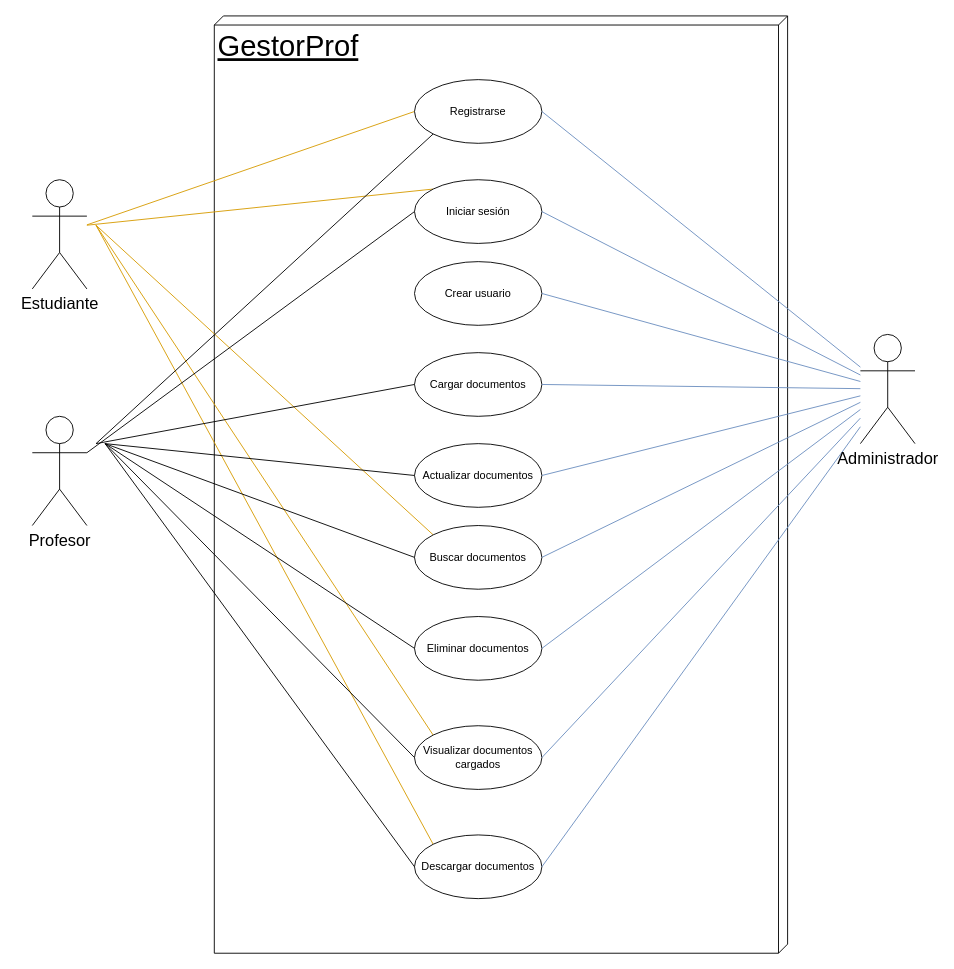
pcaceres06/MisionTic2022_UTPCiclo4_GestorProf keeps this draw.io diagram as Entregables/Sprint 0/Casos de uso/Casos de uso.drawio. Above is the earlier version. Source tidied: cells renumbered, new cells numbered last; positions are measured from the earlier drawing's top-left corner, leaving out a move shared by most shapes. Both pictures are drawn from the tidied source at 91%, with x=0, y=0 at pixel (32, 15).
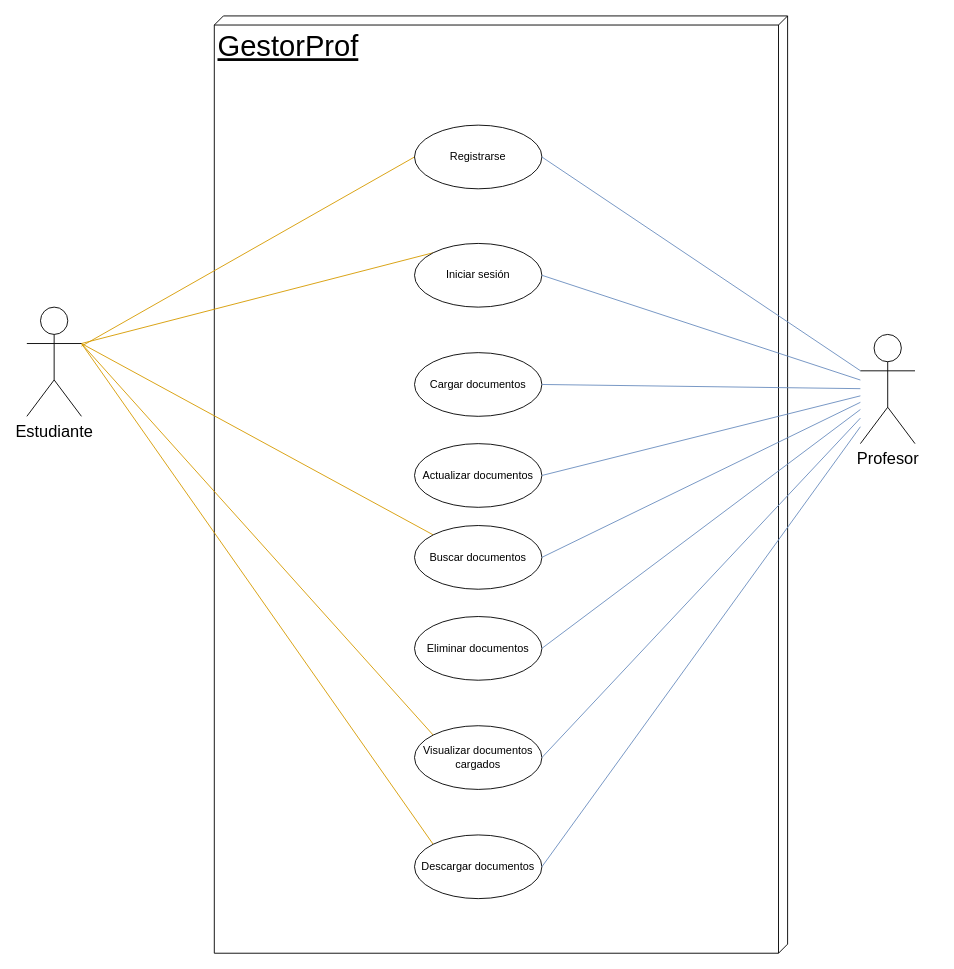
After the change.

Unchanged cells that the change refers to:
```xml
<mxCell id="11" value="Cargar documentos" style="ellipse;whiteSpace=wrap;html=1;" parent="1" vertex="1">
  <mxGeometry x="420" y="370" width="140" height="70" as="geometry" />
</mxCell>
<mxCell id="12" value="Visualizar documentos cargados" style="ellipse;whiteSpace=wrap;html=1;" parent="1" vertex="1">
  <mxGeometry x="420" y="780" width="140" height="70" as="geometry" />
</mxCell>
<mxCell id="13" value="Buscar documentos" style="ellipse;whiteSpace=wrap;html=1;" parent="1" vertex="1">
  <mxGeometry x="420" y="560" width="140" height="70" as="geometry" />
</mxCell>
<mxCell id="14" value="Actualizar documentos" style="ellipse;whiteSpace=wrap;html=1;" parent="1" vertex="1">
  <mxGeometry x="420" y="470" width="140" height="70" as="geometry" />
</mxCell>
<mxCell id="15" value="Eliminar documentos" style="ellipse;whiteSpace=wrap;html=1;" parent="1" vertex="1">
  <mxGeometry x="420" y="660" width="140" height="70" as="geometry" />
</mxCell>
<mxCell id="17" value="Descargar documentos" style="ellipse;whiteSpace=wrap;html=1;" parent="1" vertex="1">
  <mxGeometry x="420" y="900" width="140" height="70" as="geometry" />
</mxCell>
```

What changed in the source:
```diff
@@
-    <mxCell id="4" style="edgeStyle=none;rounded=0;jettySize=auto;html=1;fontSize=18;endArrow=none;endFill=0;entryX=0;entryY=0;entryDx=0;entryDy=0;fillColor=#ffe6cc;strokeColor=#d79b00;" parent="1" edge="1" target="9">
-      <mxGeometry relative="1" as="geometry">
-        <mxPoint x="60" y="230" as="sourcePoint" />
-      </mxGeometry>
+    <mxCell id="4" style="edgeStyle=none;rounded=0;jettySize=auto;html=1;fontSize=18;endArrow=none;endFill=0;entryX=0;entryY=0;entryDx=0;entryDy=0;fillColor=#ffe6cc;strokeColor=#d79b00;exitX=1;exitY=0.3333333333333333;exitDx=0;exitDy=0;exitPerimeter=0;" parent="1" edge="1" source="8" target="9">
+      <mxGeometry relative="1" as="geometry" />
     </mxCell>
-    <mxCell id="5" style="edgeStyle=none;rounded=0;jettySize=auto;html=1;entryX=0;entryY=0;entryDx=0;entryDy=0;fontSize=18;endArrow=none;endFill=0;fillColor=#ffe6cc;strokeColor=#d79b00;" parent="1" edge="1" target="13">
-      <mxGeometry relative="1" as="geometry">
-        <mxPoint x="70" y="230" as="sourcePoint" />
-      </mxGeometry>
+    <mxCell id="5" style="edgeStyle=none;rounded=0;jettySize=auto;html=1;entryX=0;entryY=0;entryDx=0;entryDy=0;fontSize=18;endArrow=none;endFill=0;fillColor=#ffe6cc;strokeColor=#d79b00;exitX=1;exitY=0.3333333333333333;exitDx=0;exitDy=0;exitPerimeter=0;" parent="1" edge="1" source="8" target="13">
+      <mxGeometry relative="1" as="geometry" />
     </mxCell>
-    <mxCell id="6" style="edgeStyle=none;rounded=0;jettySize=auto;html=1;entryX=0;entryY=0;entryDx=0;entryDy=0;fontSize=18;endArrow=none;endFill=0;fillColor=#ffe6cc;strokeColor=#d79b00;" parent="1" edge="1" target="12">
-      <mxGeometry relative="1" as="geometry">
-        <mxPoint x="70" y="230" as="sourcePoint" />
-      </mxGeometry>
+    <mxCell id="6" style="edgeStyle=none;rounded=0;jettySize=auto;html=1;entryX=0;entryY=0;entryDx=0;entryDy=0;fontSize=18;endArrow=none;endFill=0;fillColor=#ffe6cc;strokeColor=#d79b00;exitX=1;exitY=0.3333333333333333;exitDx=0;exitDy=0;exitPerimeter=0;" parent="1" edge="1" source="8" target="12">
+      <mxGeometry relative="1" as="geometry" />
     </mxCell>
-    <mxCell id="7" style="edgeStyle=none;rounded=0;jettySize=auto;html=1;entryX=0;entryY=0;entryDx=0;entryDy=0;fontSize=18;endArrow=none;endFill=0;fillColor=#ffe6cc;strokeColor=#d79b00;" parent="1" edge="1" target="17">
-      <mxGeometry relative="1" as="geometry">
-        <mxPoint x="70" y="230" as="sourcePoint" />
-      </mxGeometry>
+    <mxCell id="7" style="edgeStyle=none;rounded=0;jettySize=auto;html=1;entryX=0;entryY=0;entryDx=0;entryDy=0;fontSize=18;endArrow=none;endFill=0;fillColor=#ffe6cc;strokeColor=#d79b00;exitX=1;exitY=0.3333333333333333;exitDx=0;exitDy=0;exitPerimeter=0;" parent="1" edge="1" source="8" target="17">
+      <mxGeometry relative="1" as="geometry" />
     </mxCell>
     <mxCell id="8" value="Estudiante" style="shape=umlActor;verticalLabelPosition=bottom;verticalAlign=top;html=1;outlineConnect=0;fontSize=18;" parent="1" vertex="1">
-      <mxGeometry y="180" width="60" height="120" as="geometry" />
+      <mxGeometry x="-6" y="320" width="60" height="120" as="geometry" />
     </mxCell>
     <mxCell id="9" value="Iniciar sesión" style="ellipse;whiteSpace=wrap;html=1;" parent="1" vertex="1">
-      <mxGeometry x="420" y="180" width="140" height="70" as="geometry" />
+      <mxGeometry x="420" y="250" width="140" height="70" as="geometry" />
     </mxCell>
-    <mxCell id="10" value="Crear usuario" style="ellipse;whiteSpace=wrap;html=1;" parent="1" vertex="1">
-      <mxGeometry x="420" y="270" width="140" height="70" as="geometry" />
-    </mxCell>
@@
     <mxCell id="16" value="Registrarse" style="ellipse;whiteSpace=wrap;html=1;" parent="1" vertex="1">
-      <mxGeometry x="420" y="70" width="140" height="70" as="geometry" />
+      <mxGeometry x="420" y="120" width="140" height="70" as="geometry" />
     </mxCell>
@@
-    <mxCell id="18" style="rounded=0;jettySize=auto;html=1;fontSize=18;entryX=0;entryY=1;entryDx=0;entryDy=0;horizontal=1;endArrow=none;endFill=0;" parent="1" edge="1" target="16">
-      <mxGeometry relative="1" as="geometry">
-        <mxPoint x="70" y="470" as="sourcePoint" />
-      </mxGeometry>
-    </mxCell>
-    <mxCell id="19" style="rounded=0;jettySize=auto;html=1;exitX=1;exitY=0.3333333333333333;exitDx=0;exitDy=0;exitPerimeter=0;entryX=0;entryY=0.5;entryDx=0;entryDy=0;fontSize=18;endArrow=none;endFill=0;" parent="1" edge="1" source="26" target="9">
-      <mxGeometry relative="1" as="geometry" />
-    </mxCell>
-    <mxCell id="20" style="edgeStyle=none;rounded=0;jettySize=auto;html=1;entryX=0;entryY=0.5;entryDx=0;entryDy=0;fontSize=18;endArrow=none;endFill=0;" parent="1" edge="1" target="11">
-      <mxGeometry relative="1" as="geometry">
-        <mxPoint x="70" y="470" as="sourcePoint" />
-      </mxGeometry>
-    </mxCell>
-    <mxCell id="21" style="edgeStyle=none;rounded=0;jettySize=auto;html=1;entryX=0;entryY=0.5;entryDx=0;entryDy=0;fontSize=18;endArrow=none;endFill=0;" parent="1" edge="1" target="14">
-      <mxGeometry relative="1" as="geometry">
-        <mxPoint x="80" y="470" as="sourcePoint" />
-      </mxGeometry>
-    </mxCell>
-    <mxCell id="22" style="edgeStyle=none;rounded=0;jettySize=auto;html=1;entryX=0;entryY=0.5;entryDx=0;entryDy=0;fontSize=18;endArrow=none;endFill=0;" parent="1" edge="1" target="13">
-      <mxGeometry relative="1" as="geometry">
-        <mxPoint x="80" y="470" as="sourcePoint" />
-      </mxGeometry>
-    </mxCell>
-    <mxCell id="23" style="edgeStyle=none;rounded=0;jettySize=auto;html=1;entryX=0;entryY=0.5;entryDx=0;entryDy=0;fontSize=18;endArrow=none;endFill=0;" parent="1" edge="1" target="15">
-      <mxGeometry relative="1" as="geometry">
-        <mxPoint x="80" y="470" as="sourcePoint" />
-      </mxGeometry>
-    </mxCell>
-    <mxCell id="24" style="edgeStyle=none;rounded=0;jettySize=auto;html=1;entryX=0;entryY=0.5;entryDx=0;entryDy=0;fontSize=18;endArrow=none;endFill=0;" parent="1" edge="1" target="12">
-      <mxGeometry relative="1" as="geometry">
-        <mxPoint x="80" y="470" as="sourcePoint" />
-      </mxGeometry>
-    </mxCell>
-    <mxCell id="25" style="edgeStyle=none;rounded=0;jettySize=auto;html=1;entryX=0;entryY=0.5;entryDx=0;entryDy=0;fontSize=18;endArrow=none;endFill=0;" parent="1" edge="1" target="17">
-      <mxGeometry relative="1" as="geometry">
-        <mxPoint x="80" y="470" as="sourcePoint" />
-      </mxGeometry>
-    </mxCell>
-    <mxCell id="26" value="Profesor" style="shape=umlActor;verticalLabelPosition=bottom;verticalAlign=top;html=1;outlineConnect=0;fontSize=18;" parent="1" vertex="1">
-      <mxGeometry y="440" width="60" height="120" as="geometry" />
-    </mxCell>
@@
-    <mxCell id="29" style="edgeStyle=none;rounded=0;jettySize=auto;html=1;entryX=1;entryY=0.5;entryDx=0;entryDy=0;fontSize=18;endArrow=none;endFill=0;fillColor=#dae8fc;strokeColor=#6c8ebf;" parent="1" edge="1" source="36" target="10">
-      <mxGeometry relative="1" as="geometry" />
-    </mxCell>
@@
-    <mxCell id="36" value="Administrador" style="shape=umlActor;verticalLabelPosition=bottom;verticalAlign=top;html=1;outlineConnect=0;fontSize=18;" parent="1" vertex="1">
+    <mxCell id="36" value="Profesor" style="shape=umlActor;verticalLabelPosition=bottom;verticalAlign=top;html=1;outlineConnect=0;fontSize=18;" parent="1" vertex="1">
       <mxGeometry x="910" y="350" width="60" height="120" as="geometry" />
     </mxCell>
```
